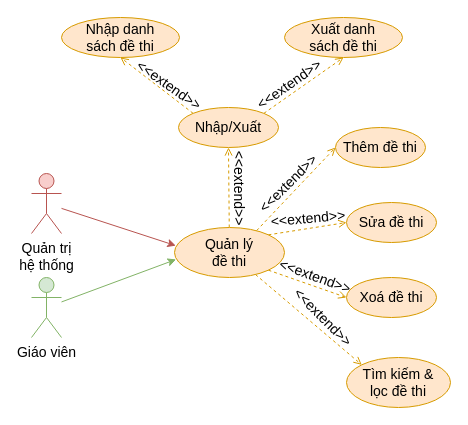
This is document/temp/draw/usecase_phanra/usecase_quanlydethi.drawio from copecute/Edudex-Quiz, a draw.io file, before an edit. Source tidied: cells renumbered, new cells numbered last; positions are measured from the earlier drawing's top-left corner, leaving out a move shared by most shapes. Both pictures are drawn from the tidied source at 100%, with x=0, y=0 at pixel (31, 17).
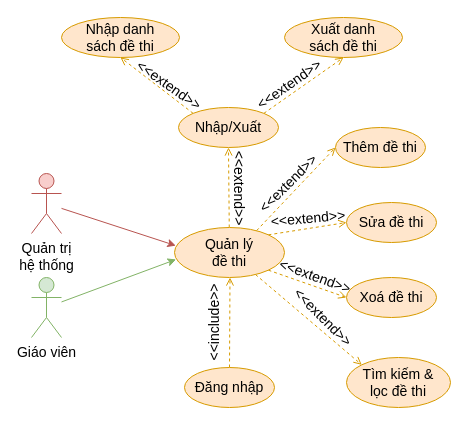
After the change.

Diff of the diagram source:
```diff
@@
+    <mxCell id="28" style="rounded=0;jettySize=auto;html=1;exitX=0.5;exitY=0;exitDx=0;exitDy=0;entryX=0.5;entryY=1;entryDx=0;entryDy=0;fillColor=#ffe6cc;strokeColor=#d79b00;endArrow=open;endFill=0;dashed=1;" parent="1" edge="1" source="29">
+      <mxGeometry relative="1" as="geometry">
+        <mxPoint x="198.5" y="260" as="targetPoint" />
+      </mxGeometry>
+    </mxCell>
+    <mxCell id="29" value="Đăng nhập" style="ellipse;whiteSpace=wrap;html=1;fillColor=#ffe6cc;strokeColor=#d79b00;fontSize=14;" parent="1" vertex="1">
+      <mxGeometry x="153" y="350" width="90" height="40" as="geometry" />
+    </mxCell>
+    <mxCell id="30" value="&lt;font&gt;&amp;lt;&amp;lt;include&amp;gt;&amp;gt;&lt;/font&gt;" style="text;html=1;strokeColor=none;fillColor=none;align=center;verticalAlign=middle;whiteSpace=wrap;rounded=0;rotation=-90;fontSize=14;" parent="1" vertex="1">
+      <mxGeometry x="153" y="290" width="60" height="30" as="geometry" />
+    </mxCell>
```
